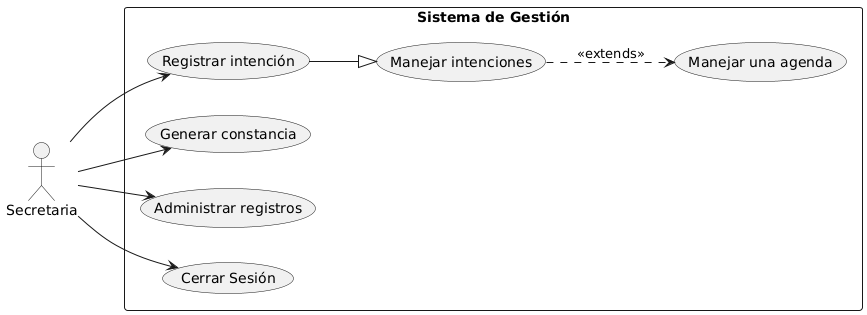
Before: Documentacion/casos de uso.png, a diagram exported from PlantUML (EGA-SUPREMO/Sistema-de-Gestion-Parroquial).
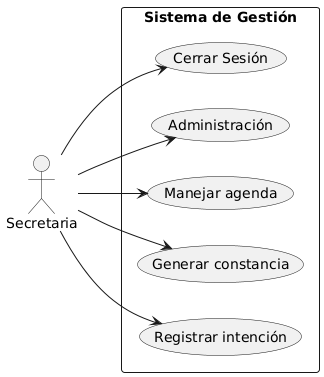
The same diagram one commit later.

Commit message:
actualizar casos de uso y quitar atributo en parentesco

What changed in the source:
```diff
@@ -4,18 +4,16 @@
 actor Secretaria
 
 rectangle "Sistema de Gestión" {
-  usecase "Registrar intención" as UC6
-  usecase "Generar constancia" as UC1
-  usecase "Manejar una agenda" as UC2
-  usecase "Manejar intenciones" as UC3
-  usecase "Administrar registros" as UC5
-  usecase "Cerrar Sesión" as UC4
+  usecase "Registrar intención" as UC1
+  usecase "Generar constancia" as UC2
+  usecase "Manejar agenda" as UC3
+  usecase "Administración" as UC4
+  usecase "Cerrar Sesión" as UC5
 }
 
 Secretaria --> UC1
-UC3 ..> UC2 : <<extends>>
+Secretaria --> UC2
+Secretaria --> UC3
+Secretaria --> UC4
 Secretaria --> UC5
-Secretaria --> UC6
-Secretaria --> UC4
-UC6 --|> UC3
 @enduml
```
